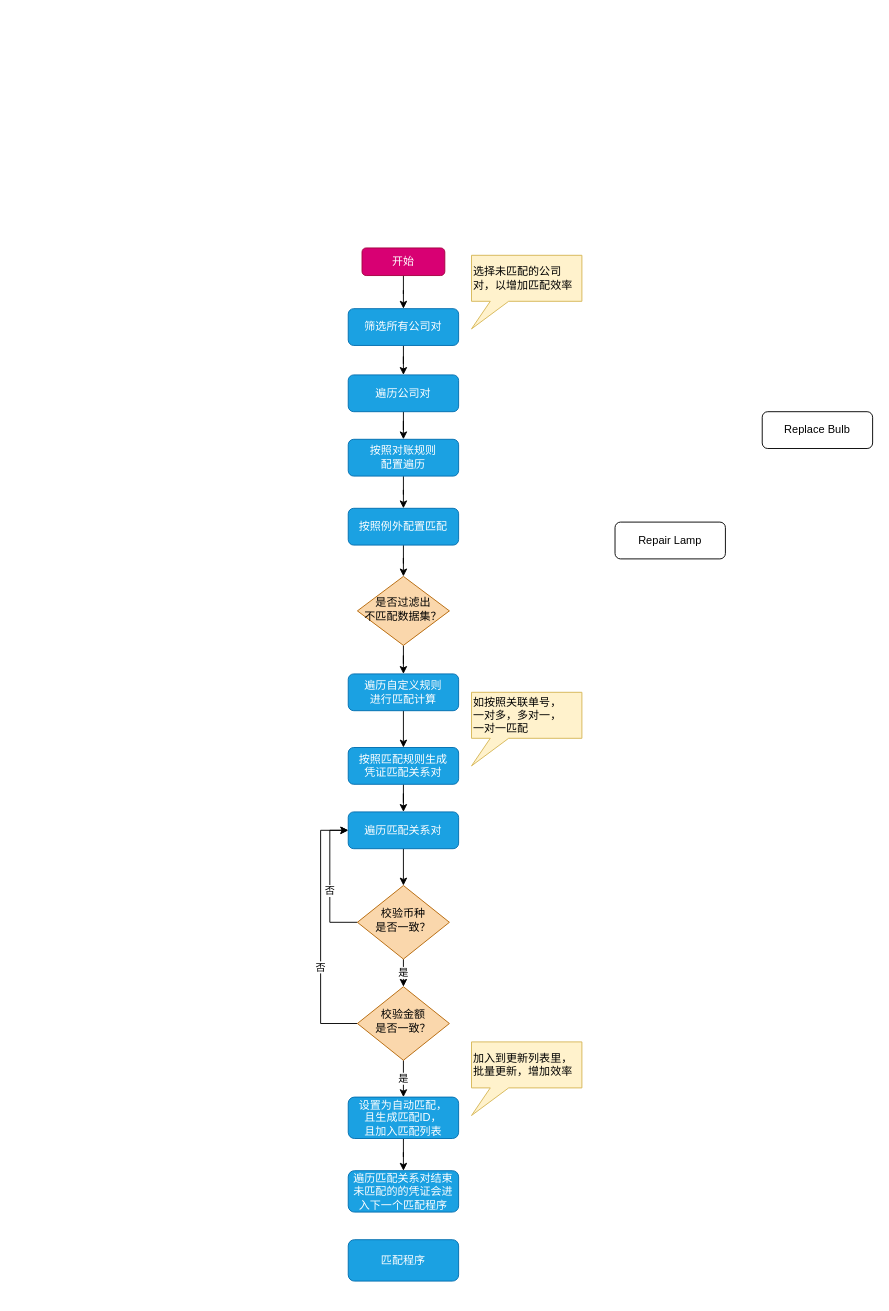
This is 对账匹配计算流程图.drawio from XHWY20181228/drawio, a draw.io file, before an edit. Source tidied: cells renumbered, new cells numbered last; positions are measured from the earlier drawing's top-left corner, leaving out a move shared by most shapes. Both pictures are drawn from the tidied source at 92%, with x=0, y=0 at pixel (320, 247).
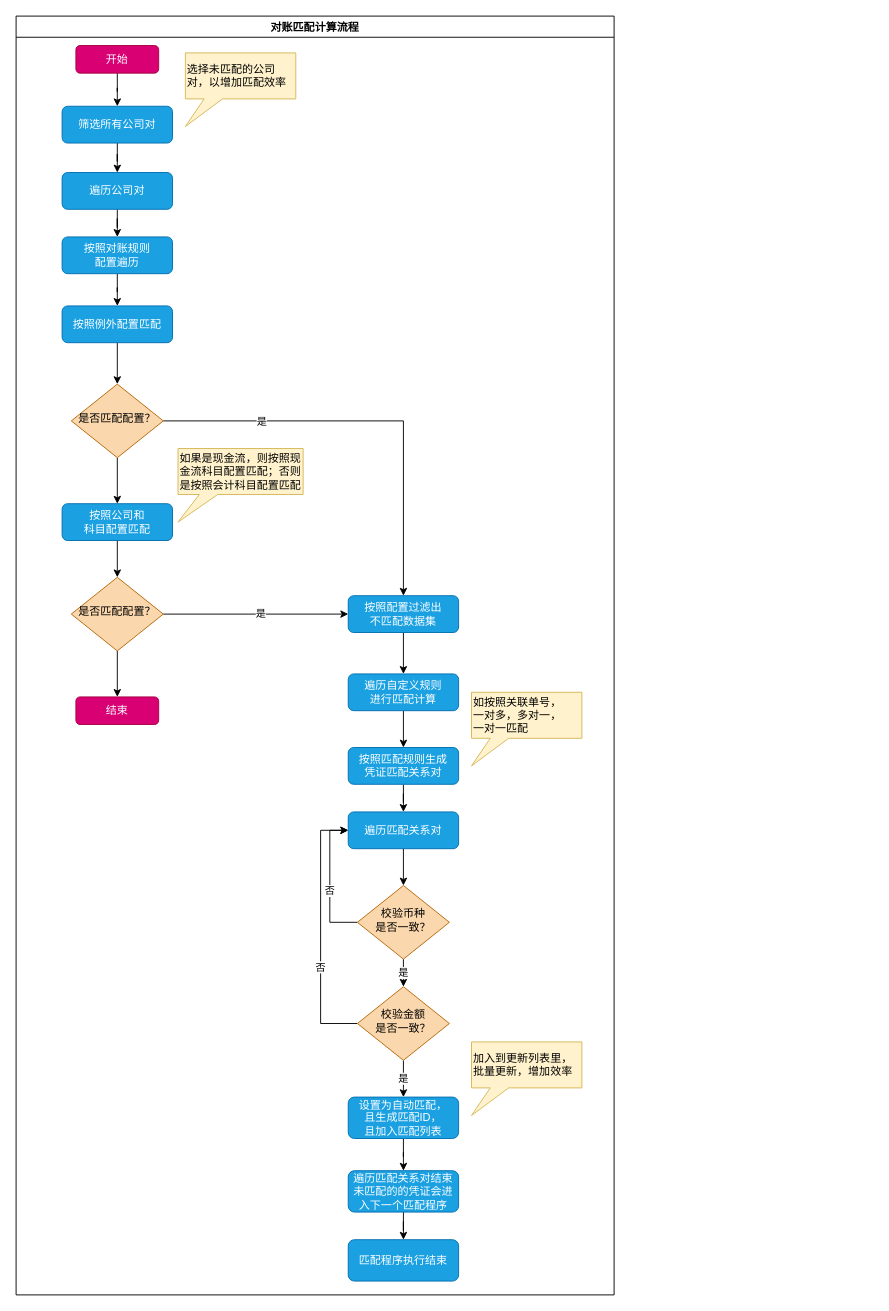
The same diagram, later.

Commit message:
更新对账匹配计算流程图.drawio

Unchanged cells that the change refers to:
```xml
<mxCell id="31" value="遍历匹配关系对结束&lt;br&gt;未匹配的的凭证会进入下一个匹配程序" style="rounded=1;whiteSpace=wrap;html=1;fontSize=12;glass=0;strokeWidth=1;shadow=0;fillColor=#1ba1e2;fontColor=#ffffff;strokeColor=#006EAF;" parent="1" vertex="1">
  <mxGeometry x="30" y="1003" width="120" height="45" as="geometry" />
</mxCell>
<mxCell id="33" value="遍历自定义规则&lt;br&gt;进行匹配计算" style="rounded=1;whiteSpace=wrap;html=1;fontSize=12;glass=0;strokeWidth=1;shadow=0;fillColor=#1ba1e2;fontColor=#ffffff;strokeColor=#006EAF;" parent="1" vertex="1">
  <mxGeometry x="30" y="463" width="120" height="40" as="geometry" />
</mxCell>
```

The edit, as a diff of the source:
```diff
@@
     <mxCell id="3" value="开始" style="rounded=1;whiteSpace=wrap;html=1;fontSize=12;glass=0;strokeWidth=1;shadow=0;fillColor=#d80073;fontColor=#ffffff;strokeColor=#A50040;" parent="1" vertex="1">
-      <mxGeometry x="45" width="90" height="30" as="geometry" />
+      <mxGeometry x="-266" y="-220" width="90" height="30" as="geometry" />
     </mxCell>
@@
     <mxCell id="5" value="筛选所有公司对" style="rounded=1;whiteSpace=wrap;html=1;fontSize=12;glass=0;strokeWidth=1;shadow=0;fillColor=#1ba1e2;fontColor=#ffffff;strokeColor=#006EAF;" parent="1" vertex="1">
-      <mxGeometry x="30" y="66" width="120" height="40" as="geometry" />
+      <mxGeometry x="-281" y="-154" width="120" height="40" as="geometry" />
     </mxCell>
-    <mxCell id="6" style="edgeStyle=orthogonalEdgeStyle;rounded=0;jettySize=auto;html=1;" parent="1" edge="1" source="7" target="33">
-      <mxGeometry relative="1" as="geometry" />
-    </mxCell>
-    <mxCell id="7" value="是否过滤出&lt;br&gt;不匹配数据集？" style="rhombus;whiteSpace=wrap;html=1;shadow=0;fontFamily=Helvetica;fontSize=12;align=center;strokeWidth=1;spacing=6;spacingTop=-4;fillColor=#fad7ac;strokeColor=#b46504;" parent="1" vertex="1">
-      <mxGeometry x="40" y="357" width="100" height="75" as="geometry" />
-    </mxCell>
-    <mxCell id="8" value="Repair Lamp" style="rounded=1;whiteSpace=wrap;html=1;fontSize=12;glass=0;strokeWidth=1;shadow=0;" parent="1" vertex="1">
-      <mxGeometry x="320" y="298" width="120" height="40" as="geometry" />
-    </mxCell>
-    <mxCell id="9" value="Replace Bulb" style="rounded=1;whiteSpace=wrap;html=1;fontSize=12;glass=0;strokeWidth=1;shadow=0;" parent="1" vertex="1">
-      <mxGeometry x="480" y="178" width="120" height="40" as="geometry" />
-    </mxCell>
     <mxCell id="10" value="选择未匹配的公司对，以增加匹配效率" style="shape=callout;whiteSpace=wrap;html=1;perimeter=calloutPerimeter;position2=0;fillColor=#fff2cc;strokeColor=#d6b656;size=30;position=0.17;align=left;" parent="1" vertex="1">
-      <mxGeometry x="164" y="8" width="120" height="80" as="geometry" />
+      <mxGeometry x="-147" y="-212" width="120" height="80" as="geometry" />
     </mxCell>
@@
     <mxCell id="12" value="遍历公司对" style="rounded=1;whiteSpace=wrap;html=1;fontSize=12;glass=0;strokeWidth=1;shadow=0;fillColor=#1ba1e2;fontColor=#ffffff;strokeColor=#006EAF;" parent="1" vertex="1">
-      <mxGeometry x="30" y="138" width="120" height="40" as="geometry" />
+      <mxGeometry x="-281" y="-82" width="120" height="40" as="geometry" />
     </mxCell>
-    <mxCell id="13" style="edgeStyle=orthogonalEdgeStyle;rounded=0;jettySize=auto;html=1;entryX=0.5;entryY=0;entryDx=0;entryDy=0;" parent="1" edge="1" source="14" target="7">
-      <mxGeometry relative="1" as="geometry" />
-    </mxCell>
+    <mxCell id="37" style="edgeStyle=orthogonalEdgeStyle;rounded=0;jettySize=auto;html=1;entryX=0.5;entryY=0;entryDx=0;entryDy=0;" parent="1" edge="1" source="14" target="47">
+      <mxGeometry relative="1" as="geometry" />
+    </mxCell>
     <mxCell id="14" value="按照例外配置匹配" style="rounded=1;whiteSpace=wrap;html=1;fontSize=12;glass=0;strokeWidth=1;shadow=0;fillColor=#1ba1e2;fontColor=#ffffff;strokeColor=#006EAF;" parent="1" vertex="1">
-      <mxGeometry x="30" y="283" width="120" height="40" as="geometry" />
+      <mxGeometry x="-281" y="63" width="120" height="40" as="geometry" />
     </mxCell>
@@
+    <mxCell id="38" style="edgeStyle=orthogonalEdgeStyle;rounded=0;jettySize=auto;html=1;" parent="1" edge="1" source="31" target="36">
+      <mxGeometry relative="1" as="geometry" />
+    </mxCell>
@@
     <mxCell id="35" value="按照对账规则&lt;br&gt;配置遍历" style="rounded=1;whiteSpace=wrap;html=1;fontSize=12;glass=0;strokeWidth=1;shadow=0;fillColor=#1ba1e2;fontColor=#ffffff;strokeColor=#006EAF;" parent="1" vertex="1">
-      <mxGeometry x="30" y="208" width="120" height="40" as="geometry" />
+      <mxGeometry x="-281" y="-12" width="120" height="40" as="geometry" />
     </mxCell>
-    <mxCell id="36" value="匹配程序" style="rounded=1;whiteSpace=wrap;html=1;fontSize=12;glass=0;strokeWidth=1;shadow=0;fillColor=#1ba1e2;fontColor=#ffffff;strokeColor=#006EAF;" parent="1" vertex="1">
+    <mxCell id="36" value="匹配程序执行结束" style="rounded=1;whiteSpace=wrap;html=1;fontSize=12;glass=0;strokeWidth=1;shadow=0;fillColor=#1ba1e2;fontColor=#ffffff;strokeColor=#006EAF;" parent="1" vertex="1">
       <mxGeometry x="30" y="1078" width="120" height="45" as="geometry" />
     </mxCell>
+    <mxCell id="39" style="edgeStyle=orthogonalEdgeStyle;rounded=0;jettySize=auto;html=1;" parent="1" edge="1" source="40" target="33">
+      <mxGeometry relative="1" as="geometry" />
+    </mxCell>
+    <mxCell id="40" value="按照配置过滤出&lt;br&gt;不匹配数据集" style="rounded=1;whiteSpace=wrap;html=1;fontSize=12;glass=0;strokeWidth=1;shadow=0;fillColor=#1ba1e2;fontColor=#ffffff;strokeColor=#006EAF;" parent="1" vertex="1">
+      <mxGeometry x="30" y="378" width="120" height="40" as="geometry" />
+    </mxCell>
+    <mxCell id="41" style="edgeStyle=orthogonalEdgeStyle;rounded=0;jettySize=auto;html=1;" parent="1" edge="1" source="42" target="51">
+      <mxGeometry relative="1" as="geometry" />
+    </mxCell>
+    <mxCell id="42" value="按照公司和&lt;br&gt;科目配置匹配" style="rounded=1;whiteSpace=wrap;html=1;fontSize=12;glass=0;strokeWidth=1;shadow=0;fillColor=#1ba1e2;fontColor=#ffffff;strokeColor=#006EAF;" parent="1" vertex="1">
+      <mxGeometry x="-281" y="278" width="120" height="40" as="geometry" />
+    </mxCell>
+    <mxCell id="43" value="如果是现金流，则按照现金流科目配置匹配；否则是按照会计科目配置匹配" style="shape=callout;whiteSpace=wrap;html=1;perimeter=calloutPerimeter;position2=0;fillColor=#fff2cc;strokeColor=#d6b656;size=30;position=0.17;align=left;" parent="1" vertex="1">
+      <mxGeometry x="-155" y="218" width="136" height="80" as="geometry" />
+    </mxCell>
+    <mxCell id="44" style="edgeStyle=orthogonalEdgeStyle;rounded=0;jettySize=auto;html=1;" parent="1" edge="1" source="47" target="42">
+      <mxGeometry relative="1" as="geometry" />
+    </mxCell>
+    <mxCell id="45" style="edgeStyle=orthogonalEdgeStyle;rounded=0;jettySize=auto;html=1;entryX=0.5;entryY=0;entryDx=0;entryDy=0;" parent="1" edge="1" source="47" target="40">
+      <mxGeometry relative="1" as="geometry" />
+    </mxCell>
+    <mxCell id="46" value="是" style="edgeLabel;html=1;align=center;verticalAlign=middle;" parent="45" vertex="1">
+      <mxGeometry x="-0.15" relative="1" as="geometry">
+        <mxPoint x="-86" as="offset" />
+      </mxGeometry>
+    </mxCell>
+    <mxCell id="47" value="是否匹配配置？" style="rhombus;whiteSpace=wrap;html=1;shadow=0;fontFamily=Helvetica;fontSize=12;align=center;strokeWidth=1;spacing=6;spacingTop=-4;fillColor=#fad7ac;strokeColor=#b46504;" parent="1" vertex="1">
+      <mxGeometry x="-271" y="148" width="100" height="80" as="geometry" />
+    </mxCell>
+    <mxCell id="48" style="edgeStyle=orthogonalEdgeStyle;rounded=0;jettySize=auto;html=1;" parent="1" edge="1" source="51" target="52">
+      <mxGeometry relative="1" as="geometry" />
+    </mxCell>
+    <mxCell id="49" style="edgeStyle=orthogonalEdgeStyle;rounded=0;jettySize=auto;html=1;exitX=1;exitY=0.5;exitDx=0;exitDy=0;entryX=0;entryY=0.5;entryDx=0;entryDy=0;" parent="1" edge="1" source="51" target="40">
+      <mxGeometry relative="1" as="geometry" />
+    </mxCell>
+    <mxCell id="50" value="是" style="edgeLabel;html=1;align=center;verticalAlign=middle;" parent="49" vertex="1">
+      <mxGeometry x="-0.1" y="1" relative="1" as="geometry">
+        <mxPoint x="15" as="offset" />
+      </mxGeometry>
+    </mxCell>
+    <mxCell id="51" value="是否匹配配置？" style="rhombus;whiteSpace=wrap;html=1;shadow=0;fontFamily=Helvetica;fontSize=12;align=center;strokeWidth=1;spacing=6;spacingTop=-4;fillColor=#fad7ac;strokeColor=#b46504;" parent="1" vertex="1">
+      <mxGeometry x="-271" y="358" width="100" height="80" as="geometry" />
+    </mxCell>
+    <mxCell id="52" value="结束" style="rounded=1;whiteSpace=wrap;html=1;fontSize=12;glass=0;strokeWidth=1;shadow=0;fillColor=#d80073;fontColor=#ffffff;strokeColor=#A50040;" parent="1" vertex="1">
+      <mxGeometry x="-266" y="488" width="90" height="30" as="geometry" />
+    </mxCell>
+    <mxCell id="53" value="对账匹配计算流程" style="swimlane;" parent="1" vertex="1">
+      <mxGeometry x="-331" y="-252" width="650" height="1390" as="geometry" />
+    </mxCell>
```
